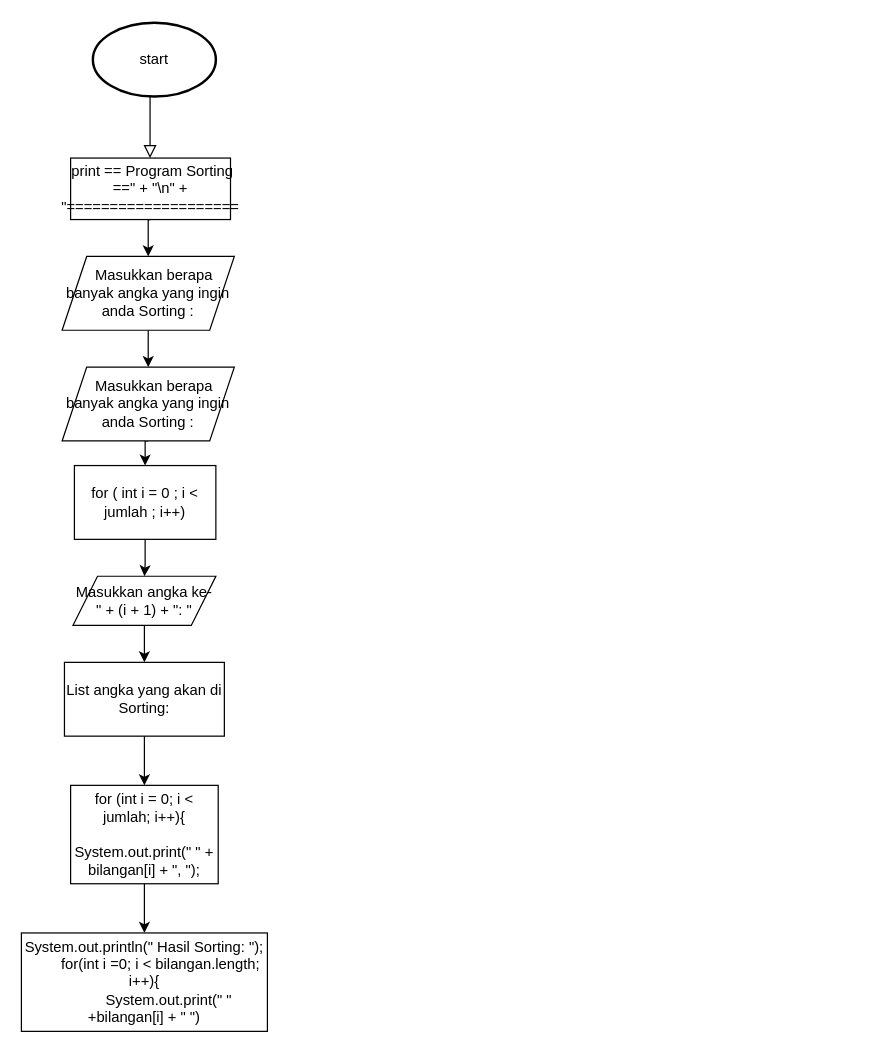
The draw.io diagram Flowchartnya.drawio in calvinhaviandy/Selection-Sort, before the edit. Source tidied: cells renumbered, new cells numbered last; positions are measured from the earlier drawing's top-left corner, leaving out a move shared by most shapes. Both pictures are drawn from the tidied source at 123%, with x=0, y=0 at pixel (21, 22).
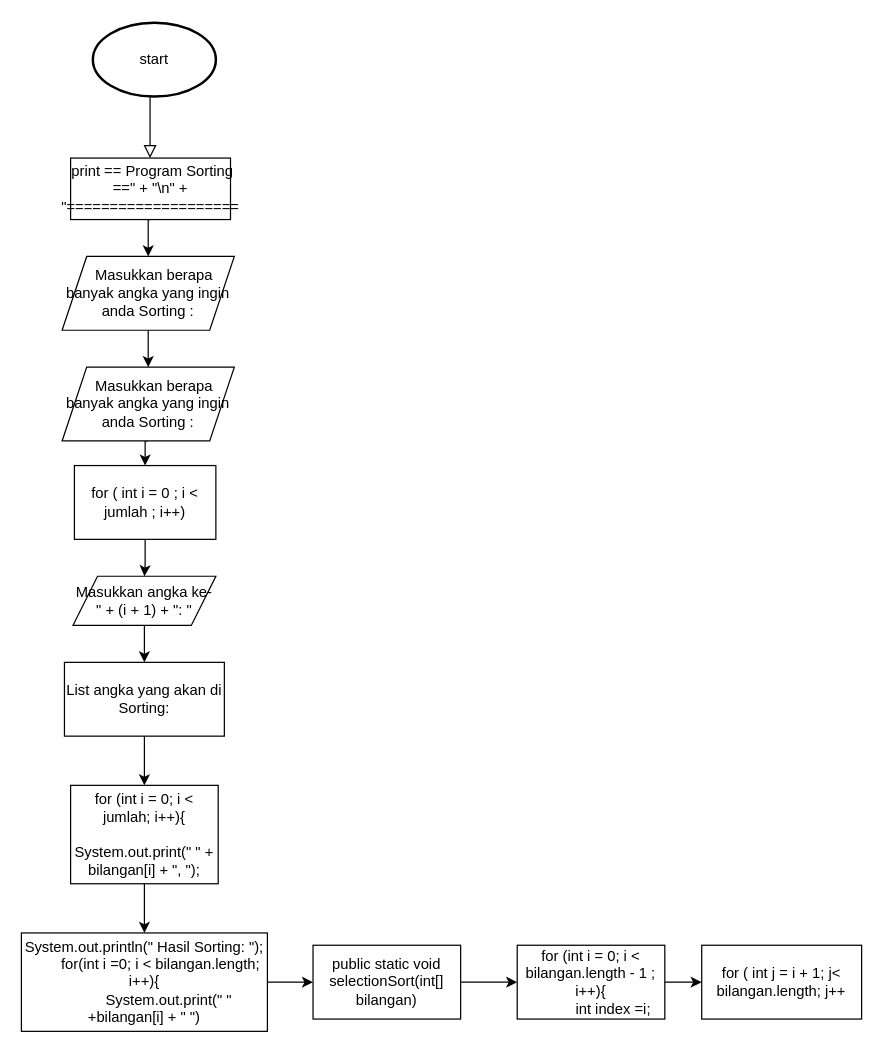
After the change.

Unchanged cells that the change refers to:
```xml
<mxCell id="18" value="&lt;div&gt;System.out.println(&quot; Hasil Sorting: &quot;);&lt;/div&gt;&lt;div&gt;&amp;nbsp; &amp;nbsp; &amp;nbsp; &amp;nbsp; for(int i =0; i &amp;lt; bilangan.length; i++){&lt;/div&gt;&lt;div&gt;&amp;nbsp; &amp;nbsp; &amp;nbsp; &amp;nbsp; &amp;nbsp; &amp;nbsp; System.out.print(&quot; &quot; +bilangan[i] + &quot; &quot;)&lt;/div&gt;" style="whiteSpace=wrap;html=1;rounded=0;" parent="1" vertex="1">
  <mxGeometry x="-0.1" y="740" width="200" height="80" as="geometry" />
</mxCell>
```

The edit, as a diff of the source:
```diff
@@
+    <mxCell id="19" style="edgeStyle=orthogonalEdgeStyle;rounded=0;jettySize=auto;html=1;exitX=1;exitY=0.5;exitDx=0;exitDy=0;entryX=0;entryY=0.5;entryDx=0;entryDy=0;" parent="1" edge="1" source="18" target="21">
+      <mxGeometry relative="1" as="geometry" />
+    </mxCell>
@@
+    <mxCell id="20" style="edgeStyle=orthogonalEdgeStyle;rounded=0;jettySize=auto;html=1;" parent="1" edge="1" source="21" target="23">
+      <mxGeometry relative="1" as="geometry" />
+    </mxCell>
+    <mxCell id="21" value="public static void selectionSort(int[] bilangan)" style="whiteSpace=wrap;html=1;rounded=0;" parent="1" vertex="1">
+      <mxGeometry x="237" y="750" width="120" height="60" as="geometry" />
+    </mxCell>
+    <mxCell id="22" style="edgeStyle=orthogonalEdgeStyle;rounded=0;jettySize=auto;html=1;entryX=0;entryY=0.5;entryDx=0;entryDy=0;" parent="1" edge="1" source="23" target="24">
+      <mxGeometry relative="1" as="geometry" />
+    </mxCell>
+    <mxCell id="23" value="&lt;div&gt;for (int i = 0; i &amp;lt; bilangan.length - 1 ; i++){&lt;/div&gt;&lt;div&gt;&amp;nbsp; &amp;nbsp; &amp;nbsp; &amp;nbsp; &amp;nbsp; &amp;nbsp;int index =i;&lt;/div&gt;" style="whiteSpace=wrap;html=1;rounded=0;" parent="1" vertex="1">
+      <mxGeometry x="403" y="750" width="120" height="60" as="geometry" />
+    </mxCell>
+    <mxCell id="24" value="for ( int j = i + 1; j&amp;lt; bilangan.length; j++" style="whiteSpace=wrap;html=1;rounded=0;" parent="1" vertex="1">
+      <mxGeometry x="553" y="750" width="130" height="60" as="geometry" />
+    </mxCell>
```
